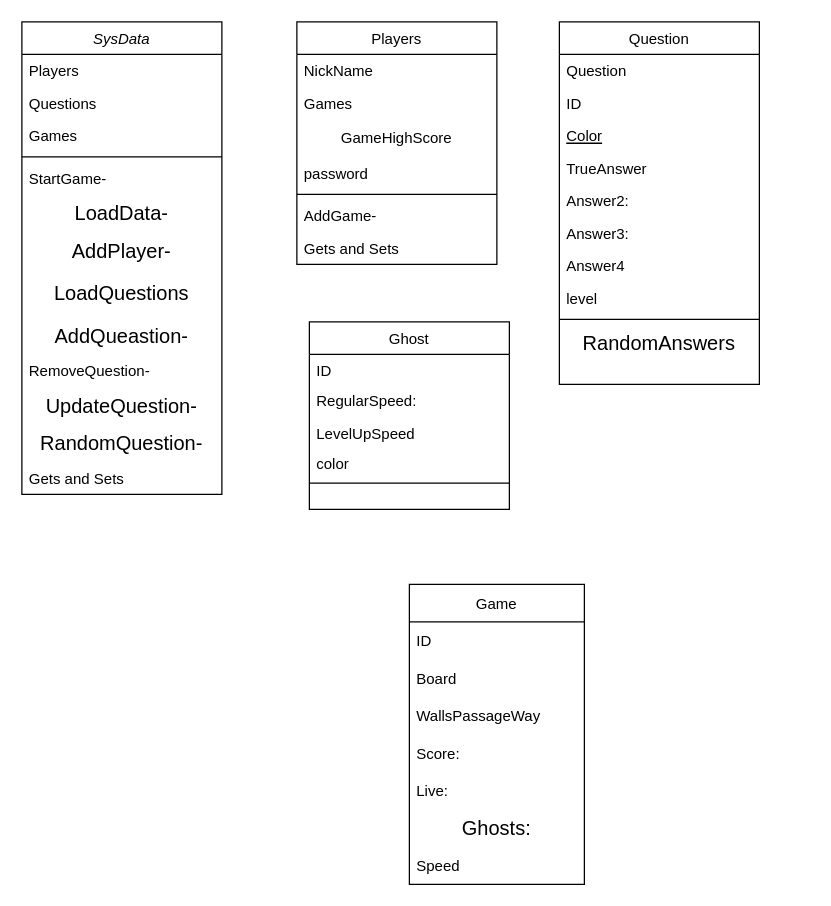
The draw.io diagram Untitled Diagram.drawio in muhammad197/Pack-Man, before the edit. Source tidied: cells renumbered, new cells numbered last; positions are measured from the earlier drawing's top-left corner, leaving out a move shared by most shapes. Both pictures are drawn from the tidied source at 125%, with x=0, y=0 at pixel (21, 21).
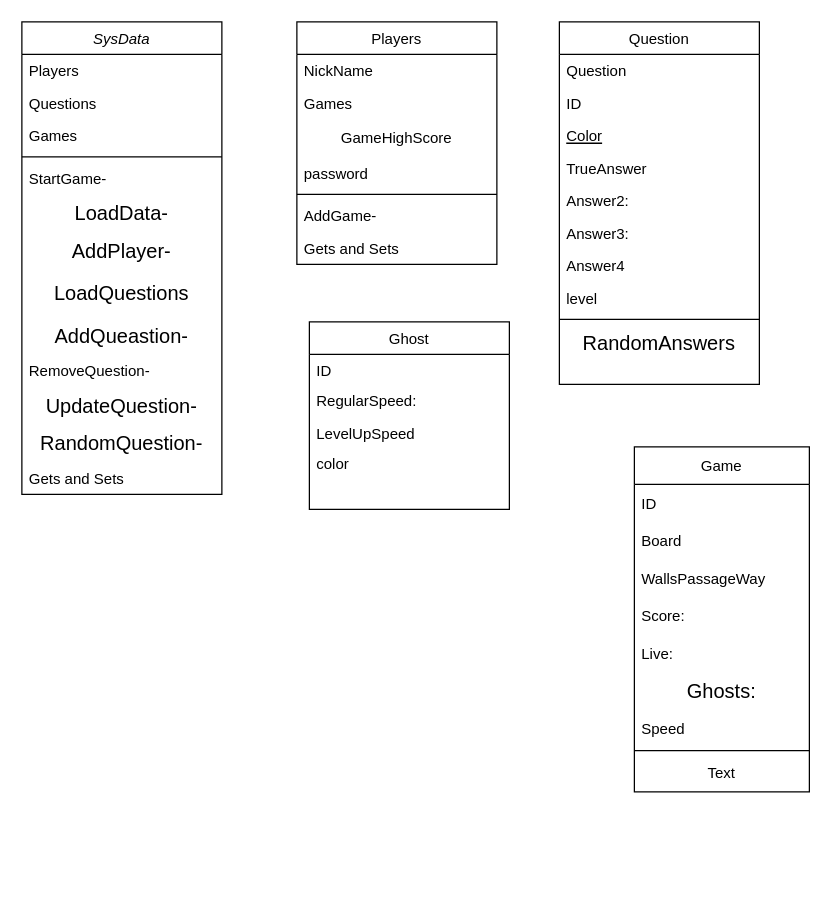
Above is the later version.

Unchanged cells that the change refers to:
```xml
<mxCell id="27" value="Ghost" style="swimlane;fontStyle=0;align=center;verticalAlign=top;horizontal=1;startSize=26;rounded=0;shadow=0;strokeWidth=1;" parent="1" vertex="1">
  <mxGeometry x="230" y="240" width="160" height="150" as="geometry" />
</mxCell>
```

Diff of the diagram source:
```diff
@@
-    <mxCell id="32" style="line;html=1;strokeWidth=1;align=left;verticalAlign=middle;spacingTop=-1;spacingLeft=3;spacingRight=3;labelPosition=right;" parent="27" vertex="1">
-      <mxGeometry y="126" width="160" height="6" as="geometry" />
-    </mxCell>
@@
     <mxCell id="41" value="Game" style="swimlane;fontStyle=0;horizontal=1;startSize=30;" parent="1" vertex="1">
-      <mxGeometry x="310" y="450" width="140" height="240" as="geometry" />
+      <mxGeometry x="490" y="340" width="140" height="276" as="geometry" />
     </mxCell>
@@
+    <mxCell id="32" style="line;html=1;strokeWidth=1;align=left;verticalAlign=middle;spacingTop=-1;spacingLeft=3;spacingRight=3;labelPosition=right;" parent="41" vertex="1">
+      <mxGeometry y="240" width="140" height="6" as="geometry" />
+    </mxCell>
+    <mxCell id="49" value="Text" style="text;html=1;strokeColor=none;fillColor=none;align=center;verticalAlign=middle;whiteSpace=wrap;rounded=0;" parent="41" vertex="1">
+      <mxGeometry y="246" width="140" height="30" as="geometry" />
+    </mxCell>
```
